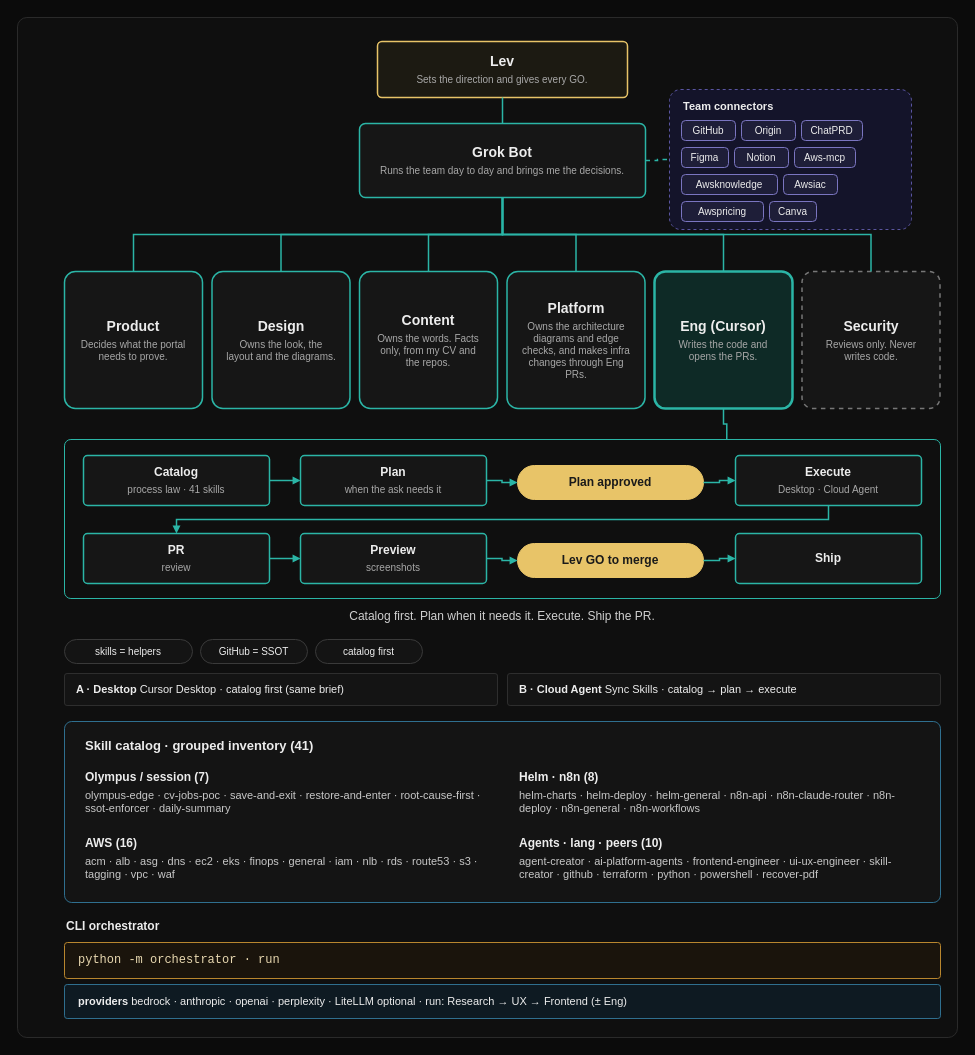
Before: olympus/diagrams/olympus-agent-company-cursor-v5.drawio in LevKesha/ai-platform, a draw.io diagram. Source tidied: cells renumbered, new cells numbered last; positions are measured from the earlier drawing's top-left corner, leaving out a move shared by most shapes. Both pictures are drawn from the tidied source at 100%, with x=0, y=0 at pixel (17, 17).
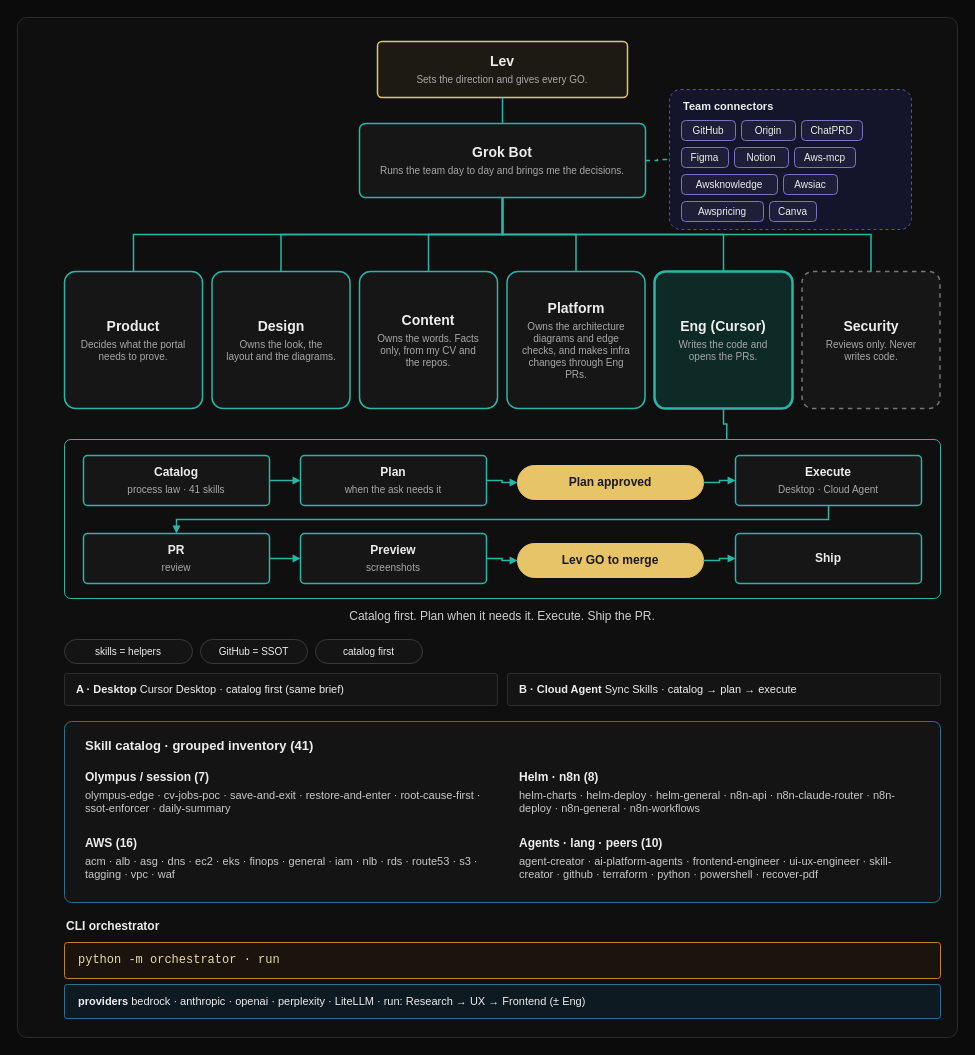
After the change.

Commit message (it also covers changes not shown here):
Drop optional from the Cursor providers row.

The edit, as a diff of the source:
```diff
@@
-    <mxCell id="62" value="&lt;b&gt;providers&lt;/b&gt; bedrock · anthropic · openai · perplexity · LiteLLM optional · run: Research → UX → Frontend (± Eng)" style="rounded=1;arcSize=8;whiteSpace=wrap;html=1;fontFamily=Helvetica;fillColor=#0E1A22;strokeColor=#2F6F8F;fontColor=#EDEDED;fontSize=11;align=left;spacingLeft=12;" parent="1" vertex="1">
+    <mxCell id="62" value="&lt;b&gt;providers&lt;/b&gt; bedrock · anthropic · openai · perplexity · LiteLLM · run: Research → UX → Frontend (± Eng)" style="rounded=1;arcSize=8;whiteSpace=wrap;html=1;fontFamily=Helvetica;fillColor=#0E1A22;strokeColor=#2F6F8F;fontColor=#EDEDED;fontSize=11;align=left;spacingLeft=12;" parent="1" vertex="1">
       <mxGeometry x="47" y="967" width="876" height="34" as="geometry" />
     </mxCell>
```
